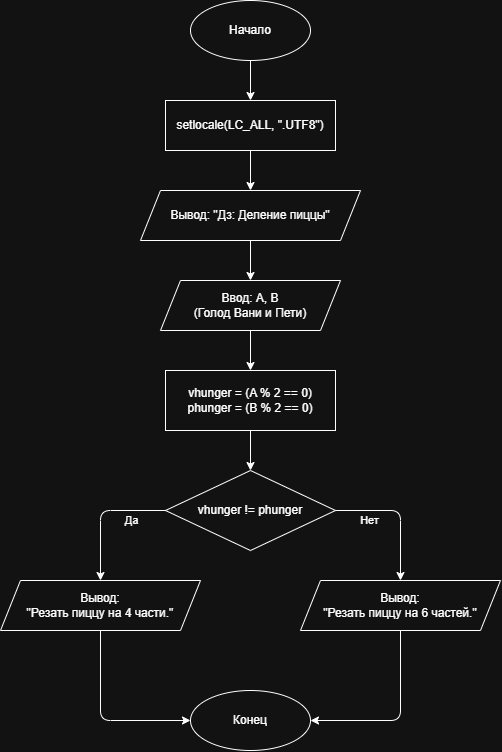
stzraw/lab-4-VSTU-HW keeps this draw.io diagram as lab_4_schema.png. Above is the earlier version. Source tidied: cells renumbered, new cells last; positions are measured from the earlier drawing's top-left corner, leaving out a move shared by most shapes. Its diagram source:
```xml
<mxGraphModel>
  <root>
    <mxCell id="0" />
    <mxCell id="1" parent="0" />
    <mxCell id="2" value="Начало" style="ellipse;whiteSpace=wrap;html=1;arcSize=50;" parent="1" vertex="1">
      <mxGeometry x="190" width="120" height="60" as="geometry" />
    </mxCell>
    <mxCell id="3" value="setlocale(LC_ALL, &quot;.UTF8&quot;)" style="rounded=0;whiteSpace=wrap;html=1;" parent="1" vertex="1">
      <mxGeometry x="165" y="100" width="170" height="50" as="geometry" />
    </mxCell>
    <mxCell id="4" style="endArrow=classic;html=1;exitX=0.5;exitY=1;exitDx=0;exitDy=0;entryX=0.5;entryY=0;entryDx=0;entryDy=0;" parent="1" edge="1" source="2" target="3">
      <mxGeometry relative="1" as="geometry" />
    </mxCell>
    <mxCell id="5" value="Вывод: &quot;Дз: Деление пиццы&quot;" style="shape=parallelogram;perimeter=parallelogramPerimeter;whiteSpace=wrap;html=1;fixedSize=1;" parent="1" vertex="1">
      <mxGeometry x="140" y="190" width="220" height="50" as="geometry" />
    </mxCell>
    <mxCell id="6" style="endArrow=classic;html=1;exitX=0.5;exitY=1;exitDx=0;exitDy=0;entryX=0.5;entryY=0;entryDx=0;entryDy=0;" parent="1" edge="1" source="3" target="5">
      <mxGeometry relative="1" as="geometry" />
    </mxCell>
    <mxCell id="7" value="Ввод: A, B&#10;(Голод Вани и Пети)" style="shape=parallelogram;perimeter=parallelogramPerimeter;whiteSpace=wrap;html=1;fixedSize=1;" parent="1" vertex="1">
      <mxGeometry x="160" y="280" width="180" height="50" as="geometry" />
    </mxCell>
    <mxCell id="8" style="endArrow=classic;html=1;exitX=0.5;exitY=1;exitDx=0;exitDy=0;entryX=0.5;entryY=0;entryDx=0;entryDy=0;" parent="1" edge="1" source="5" target="7">
      <mxGeometry relative="1" as="geometry" />
    </mxCell>
    <mxCell id="9" value="vhunger = (A % 2 == 0)&#10;phunger = (B % 2 == 0)" style="rounded=0;whiteSpace=wrap;html=1;" parent="1" vertex="1">
      <mxGeometry x="165" y="370" width="170" height="60" as="geometry" />
    </mxCell>
    <mxCell id="10" style="endArrow=classic;html=1;exitX=0.5;exitY=1;exitDx=0;exitDy=0;entryX=0.5;entryY=0;entryDx=0;entryDy=0;" parent="1" edge="1" source="7" target="9">
      <mxGeometry relative="1" as="geometry" />
    </mxCell>
    <mxCell id="11" value="vhunger != phunger" style="rhombus;whiteSpace=wrap;html=1;" parent="1" vertex="1">
      <mxGeometry x="165" y="470" width="170" height="80" as="geometry" />
    </mxCell>
    <mxCell id="12" style="endArrow=classic;html=1;exitX=0.5;exitY=1;exitDx=0;exitDy=0;entryX=0.5;entryY=0;entryDx=0;entryDy=0;" parent="1" edge="1" source="9" target="11">
      <mxGeometry relative="1" as="geometry" />
    </mxCell>
    <mxCell id="13" value="Вывод:&#10;&quot;Резать пиццу на 4 части.&quot;" style="shape=parallelogram;perimeter=parallelogramPerimeter;whiteSpace=wrap;html=1;fixedSize=1;" parent="1" vertex="1">
      <mxGeometry y="580" width="200" height="50" as="geometry" />
    </mxCell>
    <mxCell id="14" value="Да" style="endArrow=classic;html=1;exitX=0;exitY=0.5;exitDx=0;exitDy=0;entryX=0.5;entryY=0;entryDx=0;entryDy=0;edgeStyle=orthogonalEdgeStyle;" parent="1" edge="1" source="11" target="13">
      <mxGeometry x="-0.5" y="10" relative="1" as="geometry" />
    </mxCell>
    <mxCell id="15" value="Вывод:&#10;&quot;Резать пиццу на 6 частей.&quot;" style="shape=parallelogram;perimeter=parallelogramPerimeter;whiteSpace=wrap;html=1;fixedSize=1;" parent="1" vertex="1">
      <mxGeometry x="300" y="580" width="200" height="50" as="geometry" />
    </mxCell>
    <mxCell id="16" value="Нет" style="endArrow=classic;html=1;exitX=1;exitY=0.5;exitDx=0;exitDy=0;entryX=0.5;entryY=0;entryDx=0;entryDy=0;edgeStyle=orthogonalEdgeStyle;" parent="1" edge="1" source="11" target="15">
      <mxGeometry x="-0.5" y="-10" relative="1" as="geometry" />
    </mxCell>
    <mxCell id="17" value="Конец" style="ellipse;whiteSpace=wrap;html=1;arcSize=50;" parent="1" vertex="1">
      <mxGeometry x="190" y="690" width="120" height="60" as="geometry" />
    </mxCell>
    <mxCell id="18" style="endArrow=classic;html=1;exitX=0.5;exitY=1;exitDx=0;exitDy=0;entryX=0;entryY=0.5;entryDx=0;entryDy=0;edgeStyle=orthogonalEdgeStyle;" parent="1" edge="1" source="13" target="17">
      <mxGeometry relative="1" as="geometry" />
    </mxCell>
    <mxCell id="19" style="endArrow=classic;html=1;exitX=0.5;exitY=1;exitDx=0;exitDy=0;entryX=1;entryY=0.5;entryDx=0;entryDy=0;edgeStyle=orthogonalEdgeStyle;" parent="1" edge="1" source="15" target="17">
      <mxGeometry relative="1" as="geometry" />
    </mxCell>
  </root>
</mxGraphModel>
```
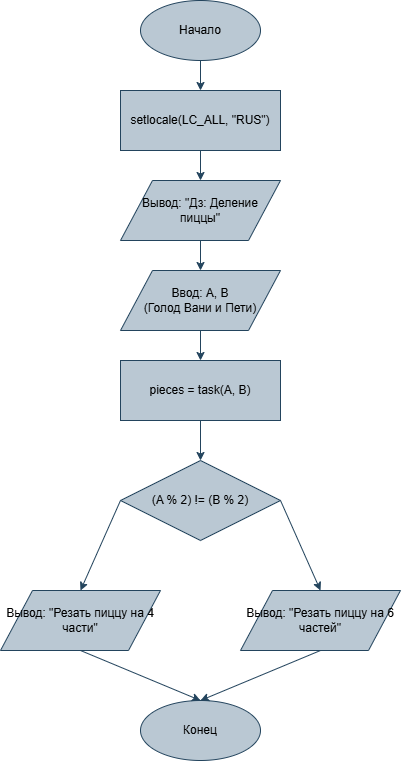
Later version of the same file.

What changed in the source:
```diff
@@ -2,59 +2,59 @@
   <root>
     <mxCell id="0" />
     <mxCell id="1" parent="0" />
-    <mxCell id="2" value="Начало" style="ellipse;whiteSpace=wrap;html=1;arcSize=50;" parent="1" vertex="1">
-      <mxGeometry x="190" width="120" height="60" as="geometry" />
+    <mxCell id="2" value="Начало" style="ellipse;whiteSpace=wrap;html=1;fillColor=#bac8d3;strokeColor=#23445d;" parent="1" vertex="1">
+      <mxGeometry x="226" width="120" height="60" as="geometry" />
     </mxCell>
-    <mxCell id="3" value="setlocale(LC_ALL, &quot;.UTF8&quot;)" style="rounded=0;whiteSpace=wrap;html=1;" parent="1" vertex="1">
-      <mxGeometry x="165" y="100" width="170" height="50" as="geometry" />
-    </mxCell>
-    <mxCell id="4" style="endArrow=classic;html=1;exitX=0.5;exitY=1;exitDx=0;exitDy=0;entryX=0.5;entryY=0;entryDx=0;entryDy=0;" parent="1" edge="1" source="2" target="3">
-      <mxGeometry relative="1" as="geometry" />
-    </mxCell>
+    <mxCell id="20" value="setlocale(LC_ALL, &quot;RUS&quot;)" style="rounded=0;whiteSpace=wrap;html=1;fillColor=#bac8d3;strokeColor=#23445d;" parent="1" vertex="1">
+      <mxGeometry x="206" y="90" width="160" height="60" as="geometry" />
+    </mxCell>
-    <mxCell id="5" value="Вывод: &quot;Дз: Деление пиццы&quot;" style="shape=parallelogram;perimeter=parallelogramPerimeter;whiteSpace=wrap;html=1;fixedSize=1;" parent="1" vertex="1">
-      <mxGeometry x="140" y="190" width="220" height="50" as="geometry" />
+    <mxCell id="5" value="Вывод: &quot;Дз: Деление пиццы&quot;" style="shape=parallelogram;perimeter=parallelogramPerimeter;whiteSpace=wrap;html=1;fillColor=#bac8d3;strokeColor=#23445d;" parent="1" vertex="1">
+      <mxGeometry x="206" y="180" width="160" height="60" as="geometry" />
     </mxCell>
-    <mxCell id="6" style="endArrow=classic;html=1;exitX=0.5;exitY=1;exitDx=0;exitDy=0;entryX=0.5;entryY=0;entryDx=0;entryDy=0;" parent="1" edge="1" source="3" target="5">
-      <mxGeometry relative="1" as="geometry" />
-    </mxCell>
-    <mxCell id="7" value="Ввод: A, B&#10;(Голод Вани и Пети)" style="shape=parallelogram;perimeter=parallelogramPerimeter;whiteSpace=wrap;html=1;fixedSize=1;" parent="1" vertex="1">
-      <mxGeometry x="160" y="280" width="180" height="50" as="geometry" />
+    <mxCell id="7" value="Ввод: A, B&#10;(Голод Вани и Пети)" style="shape=parallelogram;perimeter=parallelogramPerimeter;whiteSpace=wrap;html=1;fillColor=#bac8d3;strokeColor=#23445d;" parent="1" vertex="1">
+      <mxGeometry x="206" y="270" width="160" height="60" as="geometry" />
     </mxCell>
+    <mxCell id="21" value="pieces = task(A, B)" style="rounded=0;whiteSpace=wrap;html=1;fillColor=#bac8d3;strokeColor=#23445d;" parent="1" vertex="1">
+      <mxGeometry x="206" y="360" width="160" height="60" as="geometry" />
+    </mxCell>
+    <mxCell id="22" value="(A % 2) != (B % 2)" style="rhombus;whiteSpace=wrap;html=1;fillColor=#bac8d3;strokeColor=#23445d;" parent="1" vertex="1">
+      <mxGeometry x="206" y="460" width="160" height="80" as="geometry" />
+    </mxCell>
+    <mxCell id="23" value="Вывод: &quot;Резать пиццу на 4 части&quot;" style="shape=parallelogram;perimeter=parallelogramPerimeter;whiteSpace=wrap;html=1;fillColor=#bac8d3;strokeColor=#23445d;" parent="1" vertex="1">
+      <mxGeometry x="86" y="590" width="160" height="60" as="geometry" />
+    </mxCell>
+    <mxCell id="24" value="Вывод: &quot;Резать пиццу на 6 частей&quot;" style="shape=parallelogram;perimeter=parallelogramPerimeter;whiteSpace=wrap;html=1;fillColor=#bac8d3;strokeColor=#23445d;" parent="1" vertex="1">
+      <mxGeometry x="326" y="590" width="160" height="60" as="geometry" />
+    </mxCell>
+    <mxCell id="17" value="Конец" style="ellipse;whiteSpace=wrap;html=1;fillColor=#bac8d3;strokeColor=#23445d;" parent="1" vertex="1">
+      <mxGeometry x="226" y="700" width="120" height="60" as="geometry" />
+    </mxCell>
+    <mxCell id="25" style="endArrow=classic;html=1;exitX=0.5;exitY=1;entryX=0.5;entryY=0;fillColor=#bac8d3;strokeColor=#23445d;" parent="1" edge="1" source="2" target="20">
+      <mxGeometry relative="1" as="geometry" />
+    </mxCell>
+    <mxCell id="26" style="endArrow=classic;html=1;exitX=0.5;exitY=1;entryX=0.5;entryY=0;fillColor=#bac8d3;strokeColor=#23445d;" parent="1" edge="1" source="20" target="5">
+      <mxGeometry relative="1" as="geometry" />
+    </mxCell>
-    <mxCell id="8" style="endArrow=classic;html=1;exitX=0.5;exitY=1;exitDx=0;exitDy=0;entryX=0.5;entryY=0;entryDx=0;entryDy=0;" parent="1" edge="1" source="5" target="7">
+    <mxCell id="8" style="endArrow=classic;html=1;exitX=0.5;exitY=1;entryX=0.5;entryY=0;fillColor=#bac8d3;strokeColor=#23445d;" parent="1" edge="1" source="5" target="7">
       <mxGeometry relative="1" as="geometry" />
     </mxCell>
-    <mxCell id="9" value="vhunger = (A % 2 == 0)&#10;phunger = (B % 2 == 0)" style="rounded=0;whiteSpace=wrap;html=1;" parent="1" vertex="1">
-      <mxGeometry x="165" y="370" width="170" height="60" as="geometry" />
-    </mxCell>
-    <mxCell id="10" style="endArrow=classic;html=1;exitX=0.5;exitY=1;exitDx=0;exitDy=0;entryX=0.5;entryY=0;entryDx=0;entryDy=0;" parent="1" edge="1" source="7" target="9">
-      <mxGeometry relative="1" as="geometry" />
-    </mxCell>
-    <mxCell id="11" value="vhunger != phunger" style="rhombus;whiteSpace=wrap;html=1;" parent="1" vertex="1">
-      <mxGeometry x="165" y="470" width="170" height="80" as="geometry" />
-    </mxCell>
-    <mxCell id="12" style="endArrow=classic;html=1;exitX=0.5;exitY=1;exitDx=0;exitDy=0;entryX=0.5;entryY=0;entryDx=0;entryDy=0;" parent="1" edge="1" source="9" target="11">
-      <mxGeometry relative="1" as="geometry" />
-    </mxCell>
-    <mxCell id="13" value="Вывод:&#10;&quot;Резать пиццу на 4 части.&quot;" style="shape=parallelogram;perimeter=parallelogramPerimeter;whiteSpace=wrap;html=1;fixedSize=1;" parent="1" vertex="1">
-      <mxGeometry y="580" width="200" height="50" as="geometry" />
-    </mxCell>
-    <mxCell id="14" value="Да" style="endArrow=classic;html=1;exitX=0;exitY=0.5;exitDx=0;exitDy=0;entryX=0.5;entryY=0;entryDx=0;entryDy=0;edgeStyle=orthogonalEdgeStyle;" parent="1" edge="1" source="11" target="13">
-      <mxGeometry x="-0.5" y="10" relative="1" as="geometry" />
-    </mxCell>
-    <mxCell id="15" value="Вывод:&#10;&quot;Резать пиццу на 6 частей.&quot;" style="shape=parallelogram;perimeter=parallelogramPerimeter;whiteSpace=wrap;html=1;fixedSize=1;" parent="1" vertex="1">
-      <mxGeometry x="300" y="580" width="200" height="50" as="geometry" />
-    </mxCell>
-    <mxCell id="16" value="Нет" style="endArrow=classic;html=1;exitX=1;exitY=0.5;exitDx=0;exitDy=0;entryX=0.5;entryY=0;entryDx=0;entryDy=0;edgeStyle=orthogonalEdgeStyle;" parent="1" edge="1" source="11" target="15">
-      <mxGeometry x="-0.5" y="-10" relative="1" as="geometry" />
-    </mxCell>
-    <mxCell id="17" value="Конец" style="ellipse;whiteSpace=wrap;html=1;arcSize=50;" parent="1" vertex="1">
-      <mxGeometry x="190" y="690" width="120" height="60" as="geometry" />
-    </mxCell>
-    <mxCell id="18" style="endArrow=classic;html=1;exitX=0.5;exitY=1;exitDx=0;exitDy=0;entryX=0;entryY=0.5;entryDx=0;entryDy=0;edgeStyle=orthogonalEdgeStyle;" parent="1" edge="1" source="13" target="17">
-      <mxGeometry relative="1" as="geometry" />
-    </mxCell>
-    <mxCell id="19" style="endArrow=classic;html=1;exitX=0.5;exitY=1;exitDx=0;exitDy=0;entryX=1;entryY=0.5;entryDx=0;entryDy=0;edgeStyle=orthogonalEdgeStyle;" parent="1" edge="1" source="15" target="17">
-      <mxGeometry relative="1" as="geometry" />
-    </mxCell>
+    <mxCell id="27" style="endArrow=classic;html=1;exitX=0.5;exitY=1;entryX=0.5;entryY=0;fillColor=#bac8d3;strokeColor=#23445d;" parent="1" edge="1" source="7" target="21">
+      <mxGeometry relative="1" as="geometry" />
+    </mxCell>
+    <mxCell id="28" style="endArrow=classic;html=1;exitX=0.5;exitY=1;entryX=0.5;entryY=0;fillColor=#bac8d3;strokeColor=#23445d;" parent="1" edge="1" source="21" target="22">
+      <mxGeometry relative="1" as="geometry" />
+    </mxCell>
+    <mxCell id="29" style="endArrow=classic;html=1;exitX=0;exitY=0.5;entryX=0.5;entryY=0;fillColor=#bac8d3;strokeColor=#23445d;" parent="1" edge="1" source="22" target="23">
+      <mxGeometry relative="1" as="geometry" />
+    </mxCell>
+    <mxCell id="30" style="endArrow=classic;html=1;exitX=1;exitY=0.5;entryX=0.5;entryY=0;fillColor=#bac8d3;strokeColor=#23445d;" parent="1" edge="1" source="22" target="24">
+      <mxGeometry relative="1" as="geometry" />
+    </mxCell>
+    <mxCell id="31" style="endArrow=classic;html=1;exitX=0.5;exitY=1;entryX=0.5;entryY=0;fillColor=#bac8d3;strokeColor=#23445d;" parent="1" edge="1" source="23" target="17">
+      <mxGeometry relative="1" as="geometry" />
+    </mxCell>
+    <mxCell id="32" style="endArrow=classic;html=1;exitX=0.5;exitY=1;entryX=0.5;entryY=0;fillColor=#bac8d3;strokeColor=#23445d;" parent="1" edge="1" source="24" target="17">
+      <mxGeometry relative="1" as="geometry" />
+    </mxCell>
   </root>
 </mxGraphModel>
```
